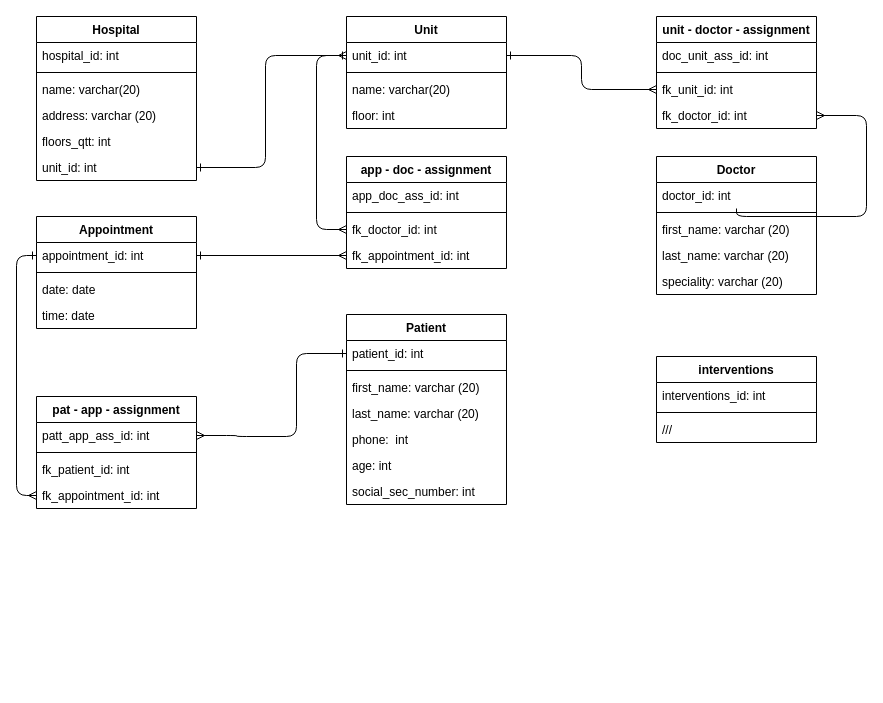
DmitriiMal/FE20-Database-Development-DAY1-Lead-Partner keeps this draw.io diagram as Exercise 2.2.drawio. Above is the earlier version. Source tidied: cells renumbered, new cells numbered last; positions are measured from the earlier drawing's top-left corner, leaving out a move shared by most shapes. Both pictures are drawn from the tidied source at 100%, with x=0, y=0 at pixel (16, 16).
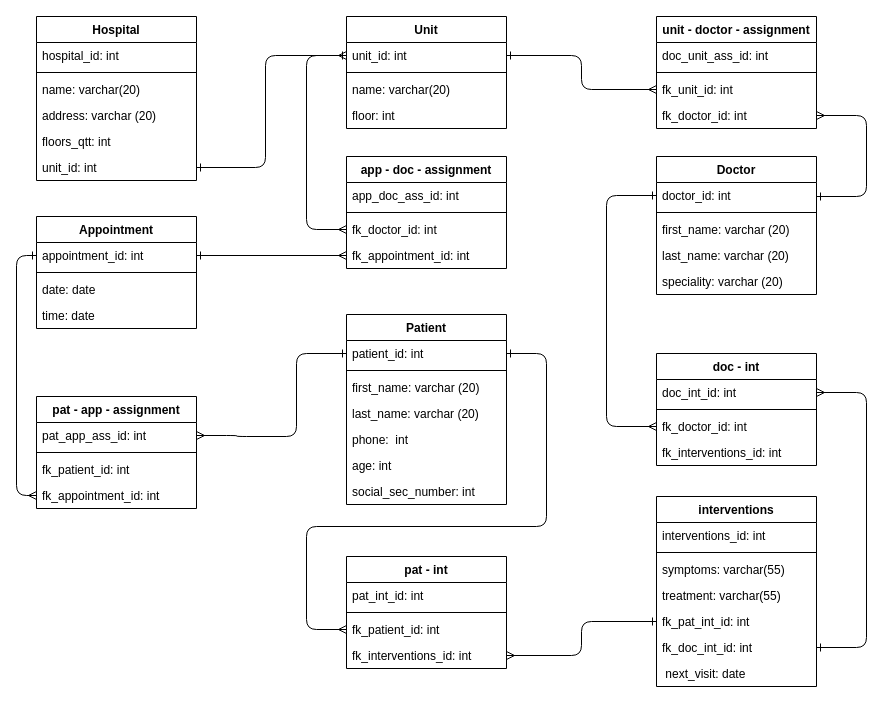
The same diagram, later.

Commit message:
complete interventions

The change refers to these unchanged cells:
```xml
<mxCell id="10" value="unit_id: int" style="text;strokeColor=none;fillColor=none;align=left;verticalAlign=top;spacingLeft=4;spacingRight=4;overflow=hidden;points=[[0,0.5],[1,0.5]];portConstraint=eastwest;" parent="9" vertex="1">
  <mxGeometry y="26" width="160" height="26" as="geometry" />
</mxCell>
<mxCell id="15" value="doctor_id: int" style="text;strokeColor=none;fillColor=none;align=left;verticalAlign=top;spacingLeft=4;spacingRight=4;overflow=hidden;points=[[0,0.5],[1,0.5]];portConstraint=eastwest;" parent="14" vertex="1">
  <mxGeometry y="26" width="160" height="26" as="geometry" />
</mxCell>
<mxCell id="26" value="patient_id: int" style="text;strokeColor=none;fillColor=none;align=left;verticalAlign=top;spacingLeft=4;spacingRight=4;overflow=hidden;points=[[0,0.5],[1,0.5]];portConstraint=eastwest;" parent="25" vertex="1">
  <mxGeometry y="26" width="160" height="26" as="geometry" />
</mxCell>
<mxCell id="38" value="fk_doctor_id: int" style="text;strokeColor=none;fillColor=none;align=left;verticalAlign=top;spacingLeft=4;spacingRight=4;overflow=hidden;points=[[0,0.5],[1,0.5]];portConstraint=eastwest;" parent="34" vertex="1">
  <mxGeometry y="86" width="160" height="26" as="geometry" />
</mxCell>
<mxCell id="44" value="fk_doctor_id: int" style="text;strokeColor=none;fillColor=none;align=left;verticalAlign=top;spacingLeft=4;spacingRight=4;overflow=hidden;points=[[0,0.5],[1,0.5]];portConstraint=eastwest;" parent="41" vertex="1">
  <mxGeometry y="60" width="160" height="26" as="geometry" />
</mxCell>
<mxCell id="52" value="pat - app - assignment" style="swimlane;fontStyle=1;align=center;verticalAlign=top;horizontal=1;startSize=26;" parent="1" vertex="1">
  <mxGeometry x="20" y="380" width="160" height="112" as="geometry" />
</mxCell>
```

Diff of the diagram source:
```diff
@@
     <mxCell id="40" style="edgeStyle=orthogonalEdgeStyle;html=1;entryX=1;entryY=0.5;entryDx=0;entryDy=0;startArrow=ERone;startFill=0;endArrow=ERmany;endFill=0;" parent="1" edge="1" source="15" target="38">
       <mxGeometry relative="1" as="geometry">
         <Array as="points">
-          <mxPoint x="850" y="200" />
+          <mxPoint x="850" y="180" />
           <mxPoint x="850" y="99" />
         </Array>
       </mxGeometry>
     </mxCell>
@@
     <mxCell id="46" style="edgeStyle=orthogonalEdgeStyle;html=1;startArrow=ERone;startFill=0;endArrow=ERmany;endFill=0;entryX=0;entryY=0.5;entryDx=0;entryDy=0;exitX=0;exitY=0.5;exitDx=0;exitDy=0;" parent="1" edge="1" source="10" target="44">
       <mxGeometry relative="1" as="geometry">
         <Array as="points">
-          <mxPoint x="300" y="39" />
-          <mxPoint x="300" y="213" />
+          <mxPoint x="290" y="39" />
+          <mxPoint x="290" y="213" />
         </Array>
       </mxGeometry>
     </mxCell>
@@
     <mxCell id="48" value="interventions" style="swimlane;fontStyle=1;align=center;verticalAlign=top;horizontal=1;startSize=26;" parent="1" vertex="1">
-      <mxGeometry x="640" y="340" width="160" height="86" as="geometry" />
+      <mxGeometry x="640" y="480" width="160" height="190" as="geometry" />
     </mxCell>
@@
-    <mxCell id="51" value="///" style="text;strokeColor=none;fillColor=none;align=left;verticalAlign=top;spacingLeft=4;spacingRight=4;overflow=hidden;" parent="48" vertex="1">
+    <mxCell id="51" value="symptoms: varchar(55)" style="text;strokeColor=none;fillColor=none;align=left;verticalAlign=top;spacingLeft=4;spacingRight=4;overflow=hidden;" parent="48" vertex="1">
       <mxGeometry y="60" width="160" height="26" as="geometry" />
     </mxCell>
+    <mxCell id="59" value="treatment: varchar(55)" style="text;strokeColor=none;fillColor=none;align=left;verticalAlign=top;spacingLeft=4;spacingRight=4;overflow=hidden;" parent="48" vertex="1">
+      <mxGeometry y="86" width="160" height="26" as="geometry" />
+    </mxCell>
+    <mxCell id="60" value="fk_pat_int_id: int" style="text;strokeColor=none;fillColor=none;align=left;verticalAlign=top;spacingLeft=4;spacingRight=4;overflow=hidden;points=[[0,0.5],[1,0.5]];portConstraint=eastwest;" parent="48" vertex="1">
+      <mxGeometry y="112" width="160" height="26" as="geometry" />
+    </mxCell>
+    <mxCell id="61" value="fk_doc_int_id: int" style="text;strokeColor=none;fillColor=none;align=left;verticalAlign=top;spacingLeft=4;spacingRight=4;overflow=hidden;points=[[0,0.5],[1,0.5]];portConstraint=eastwest;" parent="48" vertex="1">
+      <mxGeometry y="138" width="160" height="26" as="geometry" />
+    </mxCell>
+    <mxCell id="62" value=" next_visit: date" style="text;strokeColor=none;fillColor=none;align=left;verticalAlign=top;spacingLeft=4;spacingRight=4;overflow=hidden;" parent="48" vertex="1">
+      <mxGeometry y="164" width="160" height="26" as="geometry" />
+    </mxCell>
@@
-    <mxCell id="53" value="patt_app_ass_id: int" style="text;strokeColor=none;fillColor=none;align=left;verticalAlign=top;spacingLeft=4;spacingRight=4;overflow=hidden;points=[[0,0.5],[1,0.5]];portConstraint=eastwest;" parent="52" vertex="1">
+    <mxCell id="53" value="pat_app_ass_id: int" style="text;strokeColor=none;fillColor=none;align=left;verticalAlign=top;spacingLeft=4;spacingRight=4;overflow=hidden;points=[[0,0.5],[1,0.5]];portConstraint=eastwest;" parent="52" vertex="1">
       <mxGeometry y="26" width="160" height="26" as="geometry" />
     </mxCell>
@@
+    <mxCell id="63" style="edgeStyle=orthogonalEdgeStyle;html=1;entryX=0;entryY=0.5;entryDx=0;entryDy=0;startArrow=ERone;startFill=0;endArrow=ERmany;endFill=0;" parent="1" edge="1" source="26" target="67">
+      <mxGeometry relative="1" as="geometry">
+        <Array as="points">
+          <mxPoint x="530" y="337" />
+          <mxPoint x="530" y="510" />
+          <mxPoint x="290" y="510" />
+          <mxPoint x="290" y="613" />
+        </Array>
+      </mxGeometry>
+    </mxCell>
+    <mxCell id="64" value="pat - int" style="swimlane;fontStyle=1;align=center;verticalAlign=top;horizontal=1;startSize=26;" parent="1" vertex="1">
+      <mxGeometry x="330" y="540" width="160" height="112" as="geometry" />
+    </mxCell>
+    <mxCell id="65" value="pat_int_id: int" style="text;strokeColor=none;fillColor=none;align=left;verticalAlign=top;spacingLeft=4;spacingRight=4;overflow=hidden;" parent="64" vertex="1">
+      <mxGeometry y="26" width="160" height="26" as="geometry" />
+    </mxCell>
+    <mxCell id="66" style="line;strokeWidth=1;fillColor=none;align=left;verticalAlign=middle;spacingTop=-1;spacingLeft=3;spacingRight=3;labelPosition=right;strokeColor=inherit;" parent="64" vertex="1">
+      <mxGeometry y="52" width="160" height="8" as="geometry" />
+    </mxCell>
+    <mxCell id="67" value="fk_patient_id: int" style="text;strokeColor=none;fillColor=none;align=left;verticalAlign=top;spacingLeft=4;spacingRight=4;overflow=hidden;points=[[0,0.5],[1,0.5]];portConstraint=eastwest;" parent="64" vertex="1">
+      <mxGeometry y="60" width="160" height="26" as="geometry" />
+    </mxCell>
+    <mxCell id="68" value="fk_interventions_id: int" style="text;strokeColor=none;fillColor=none;align=left;verticalAlign=top;spacingLeft=4;spacingRight=4;overflow=hidden;points=[[0,0.5],[1,0.5]];portConstraint=eastwest;" parent="64" vertex="1">
+      <mxGeometry y="86" width="160" height="26" as="geometry" />
+    </mxCell>
+    <mxCell id="69" value="doc - int" style="swimlane;fontStyle=1;align=center;verticalAlign=top;horizontal=1;startSize=26;" parent="1" vertex="1">
+      <mxGeometry x="640" y="337" width="160" height="112" as="geometry" />
+    </mxCell>
+    <mxCell id="70" value="doc_int_id: int" style="text;strokeColor=none;fillColor=none;align=left;verticalAlign=top;spacingLeft=4;spacingRight=4;overflow=hidden;points=[[0,0.5],[1,0.5]];portConstraint=eastwest;" parent="69" vertex="1">
+      <mxGeometry y="26" width="160" height="26" as="geometry" />
+    </mxCell>
+    <mxCell id="71" style="line;strokeWidth=1;fillColor=none;align=left;verticalAlign=middle;spacingTop=-1;spacingLeft=3;spacingRight=3;labelPosition=right;strokeColor=inherit;" parent="69" vertex="1">
+      <mxGeometry y="52" width="160" height="8" as="geometry" />
+    </mxCell>
+    <mxCell id="72" value="fk_doctor_id: int" style="text;strokeColor=none;fillColor=none;align=left;verticalAlign=top;spacingLeft=4;spacingRight=4;overflow=hidden;points=[[0,0.5],[1,0.5]];portConstraint=eastwest;" parent="69" vertex="1">
+      <mxGeometry y="60" width="160" height="26" as="geometry" />
+    </mxCell>
+    <mxCell id="73" value="fk_interventions_id: int" style="text;strokeColor=none;fillColor=none;align=left;verticalAlign=top;spacingLeft=4;spacingRight=4;overflow=hidden;" parent="69" vertex="1">
+      <mxGeometry y="86" width="160" height="26" as="geometry" />
+    </mxCell>
+    <mxCell id="74" style="edgeStyle=orthogonalEdgeStyle;html=1;entryX=0;entryY=0.5;entryDx=0;entryDy=0;endArrow=ERone;endFill=0;startArrow=ERmany;startFill=0;" parent="1" edge="1" source="68" target="60">
+      <mxGeometry relative="1" as="geometry" />
+    </mxCell>
+    <mxCell id="75" style="edgeStyle=orthogonalEdgeStyle;html=1;entryX=0;entryY=0.5;entryDx=0;entryDy=0;startArrow=ERone;startFill=0;endArrow=ERmany;endFill=0;" parent="1" edge="1" source="15" target="72">
+      <mxGeometry relative="1" as="geometry">
+        <Array as="points">
+          <mxPoint x="590" y="179" />
+          <mxPoint x="590" y="410" />
+        </Array>
+      </mxGeometry>
+    </mxCell>
+    <mxCell id="76" style="edgeStyle=orthogonalEdgeStyle;html=1;entryX=1;entryY=0.5;entryDx=0;entryDy=0;endArrow=ERone;endFill=0;startArrow=ERmany;startFill=0;" parent="1" edge="1" source="70" target="61">
+      <mxGeometry relative="1" as="geometry">
+        <Array as="points">
+          <mxPoint x="850" y="376" />
+          <mxPoint x="850" y="631" />
+        </Array>
+      </mxGeometry>
+    </mxCell>
```
